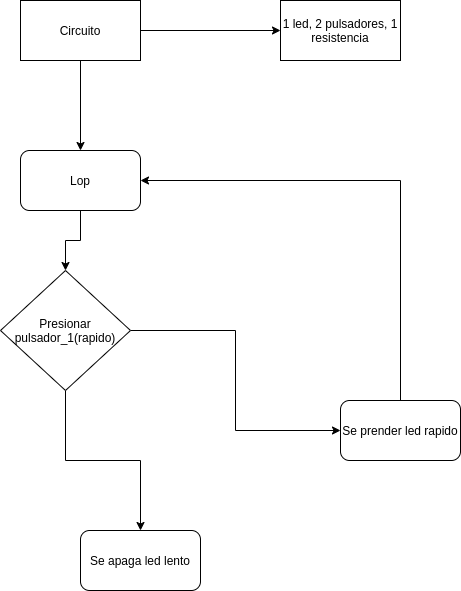
Before: ejercicio5.png, a diagram exported from draw.io (sergio2526/IOT). Source tidied: cells renumbered, new cells last; positions are measured from the earlier drawing's top-left corner, leaving out a move shared by most shapes.
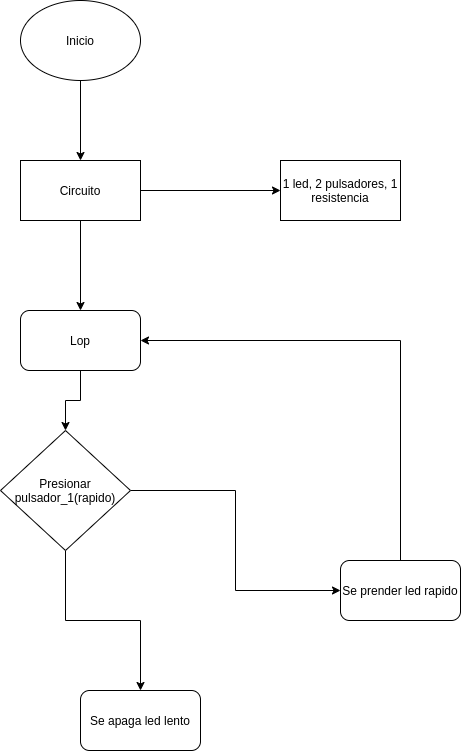
The same file after the commit.

Diff of the diagram source:
```diff
@@ -42,5 +42,11 @@
     <mxCell id="13" value="Se apaga led lento" style="rounded=1;whiteSpace=wrap;html=1;" parent="1" vertex="1">
       <mxGeometry x="80" y="530" width="120" height="60" as="geometry" />
     </mxCell>
+    <mxCell id="14" style="edgeStyle=orthogonalEdgeStyle;rounded=0;jettySize=auto;html=1;entryX=0.5;entryY=0;entryDx=0;entryDy=0;" parent="1" edge="1" source="15" target="4">
+      <mxGeometry relative="1" as="geometry" />
+    </mxCell>
+    <mxCell id="15" value="Inicio" style="ellipse;whiteSpace=wrap;html=1;" parent="1" vertex="1">
+      <mxGeometry x="20" y="-160" width="120" height="80" as="geometry" />
+    </mxCell>
   </root>
 </mxGraphModel>
```
